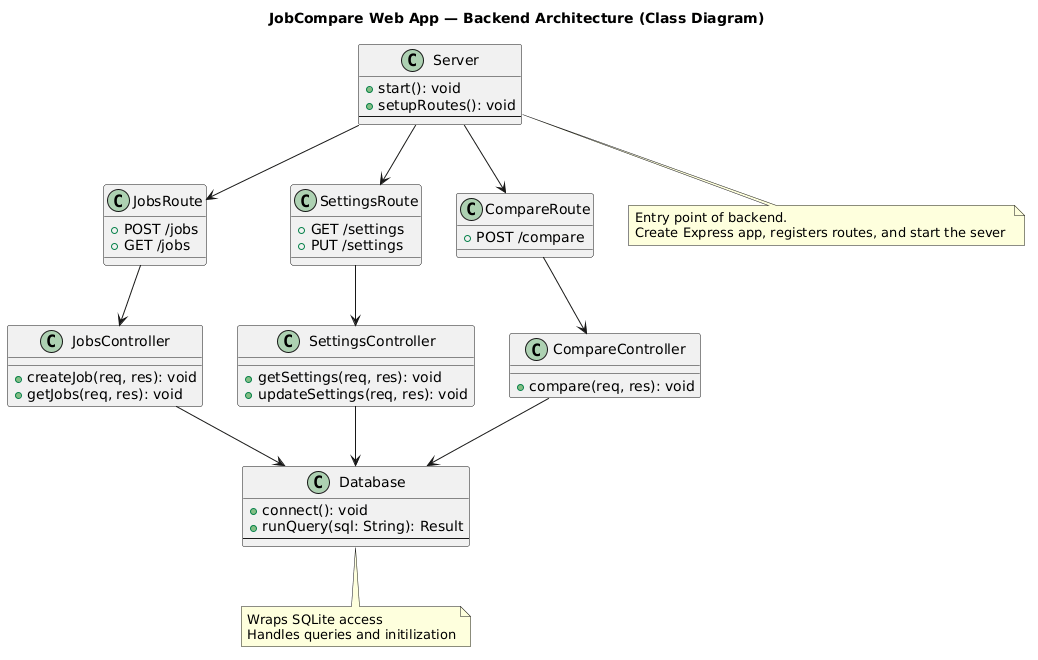
This is images/BackendArchitecture_Diagram.png from seattlefurby17/jobCompareApp, a PlantUML export, as it was before one commit.
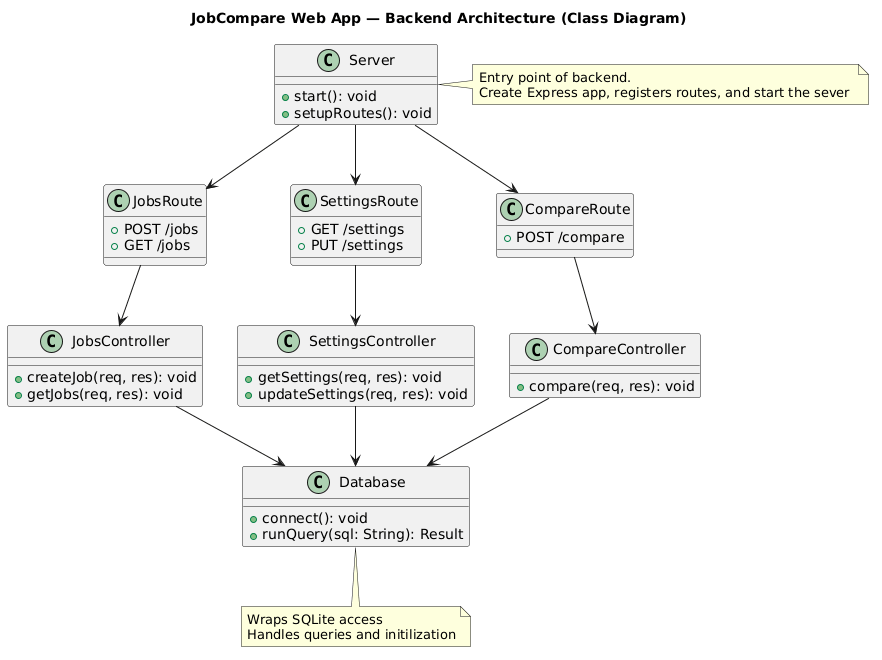
Later version of the same file.

The edit, as a diff of the source:
```diff
@@ -4,7 +4,6 @@
 class Server {
   + start(): void
   + setupRoutes(): void
-  --
 }
 
 class JobsRoute {
@@ -38,7 +37,6 @@
 class Database {
   + connect(): void
   + runQuery(sql: String): Result
-  --
 }
 
 Server --> JobsRoute
@@ -53,7 +51,7 @@
 SettingsController --> Database
 CompareController --> Database
 
-note bottom of Server
+note right of Server
 Entry point of backend.
 Create Express app, registers routes, and start the sever
 end note
```
